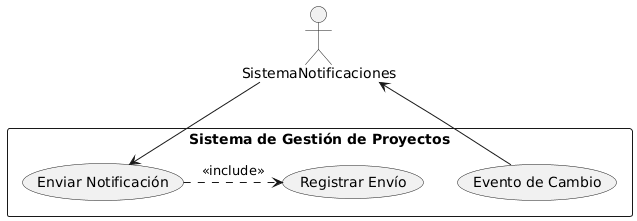
Above: diagramas/02-casos-de-uso/02-enviar-notificaciones-caso-uso-07.png in dantebiondi666-prog/SistemaProductoraVideos (PlantUML), before the change. Its diagram source:
```plantuml
@startuml
actor SistemaNotificaciones as SN

rectangle "Sistema de Gestión de Proyectos" {
  (Evento de Cambio) --> SN
  SN --> (Enviar Notificación)
  (Enviar Notificación) .> (Registrar Envío) : <<include>>
}
@enduml
```
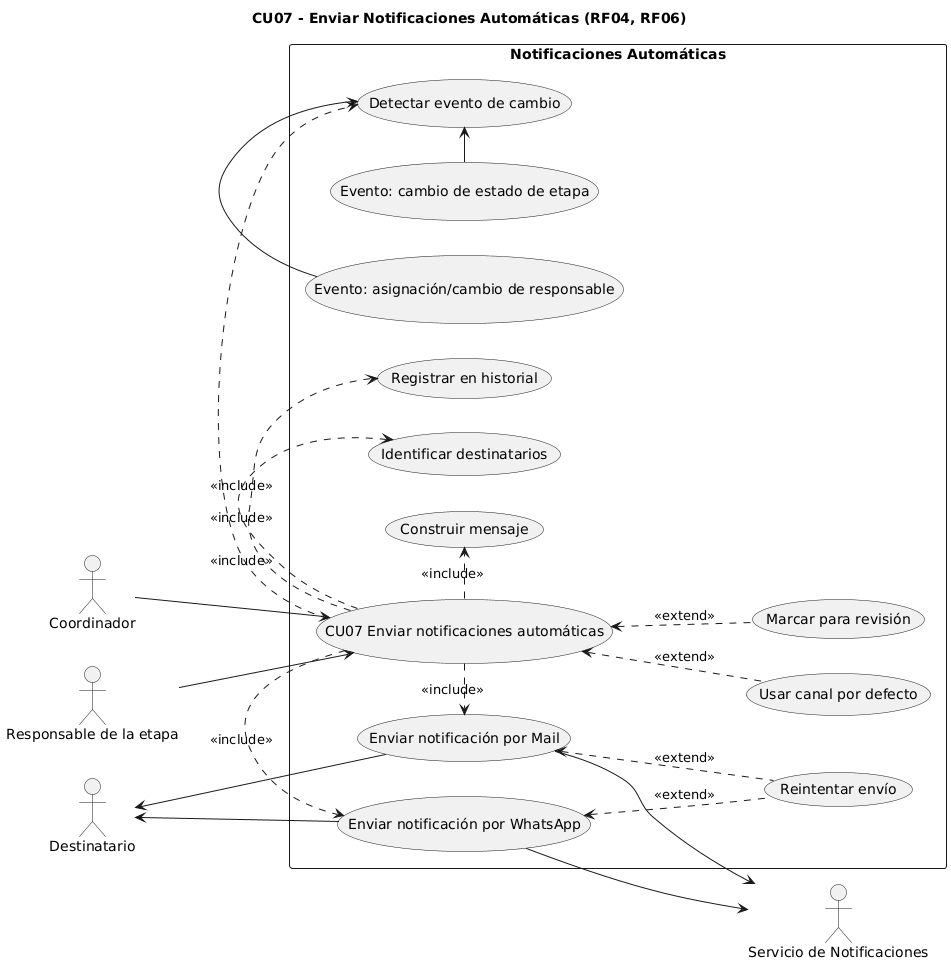
After the commit.

Diff of the diagram source:
```diff
@@ -1,9 +1,50 @@
 @startuml
-actor SistemaNotificaciones as SN
+title CU07 - Enviar Notificaciones Automáticas (RF04, RF06)
+left to right direction
 
-rectangle "Sistema de Gestión de Proyectos" {
-  (Evento de Cambio) --> SN
-  SN --> (Enviar Notificación)
-  (Enviar Notificación) .> (Registrar Envío) : <<include>>
+actor Coordinador
+actor "Responsable de la etapa" as Responsable
+actor "Servicio de Notificaciones" as Notif
+actor Destinatario
+
+rectangle "Notificaciones Automáticas" {
+
+  usecase "CU07 Enviar notificaciones automáticas" as CU07
+  usecase "Detectar evento de cambio" as UC_Detectar
+  usecase "Evento: asignación/cambio de responsable" as UC_EvResp
+  usecase "Evento: cambio de estado de etapa" as UC_EvEstado
+  usecase "Identificar destinatarios" as UC_Dest
+  usecase "Construir mensaje" as UC_Msg
+  usecase "Enviar notificación por Mail" as UC_Mail
+  usecase "Enviar notificación por WhatsApp" as UC_Wpp
+  usecase "Registrar en historial" as UC_Hist
+  usecase "Usar canal por defecto" as UC_Defecto
+  usecase "Reintentar envío" as UC_Reint
+  usecase "Marcar para revisión" as UC_Rev
 }
+
+
+Coordinador --> CU07
+Responsable --> CU07
+
+CU07 .> UC_Detectar : <<include>>
+UC_EvResp  -> UC_Detectar
+UC_EvEstado -> UC_Detectar
+
+
+CU07 .> UC_Dest : <<include>>
+CU07 .> UC_Msg  : <<include>>
+CU07 .> UC_Mail : <<include>>
+CU07 .> UC_Wpp  : <<include>>
+CU07 .> UC_Hist : <<include>>
+
+UC_Mail --> Notif
+UC_Wpp  --> Notif
+Destinatario <-- UC_Mail
+Destinatario <-- UC_Wpp
+
+CU07 <.. UC_Defecto : <<extend>>
+UC_Mail <.. UC_Reint : <<extend>>
+UC_Wpp  <.. UC_Reint : <<extend>>
+CU07    <.. UC_Rev   : <<extend>>
 @enduml
```
